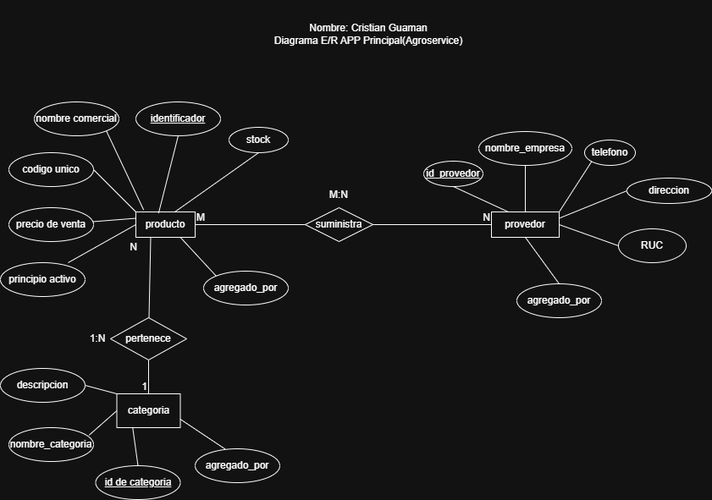
The draw.io diagram Modelo-ER-app principal-ProyectoU2.png in Criss-21/BD-U2-E-R-U2, before a commit. Source tidied: cells renumbered, new cells last; positions are measured from the earlier drawing's top-left corner, leaving out a move shared by most shapes.
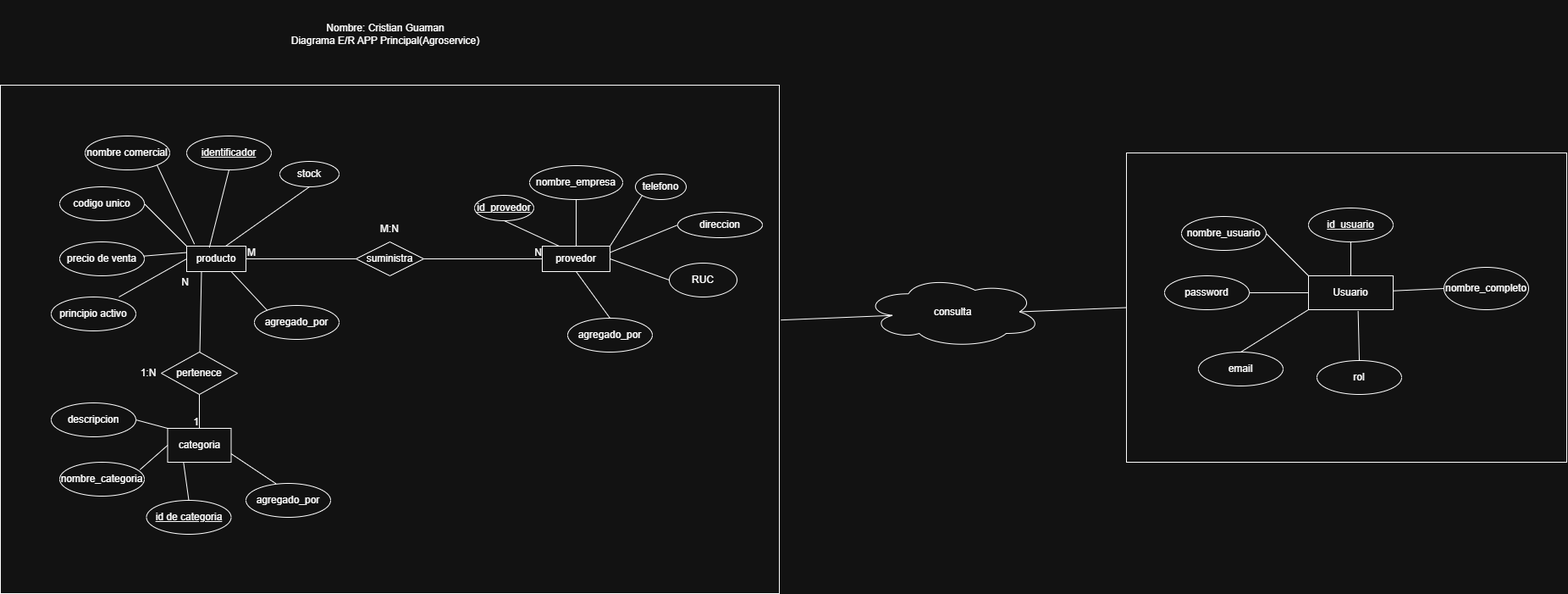
Later version of the same file.

Diff of the diagram source:
```diff
@@ -2,6 +2,12 @@
   <root>
     <mxCell id="0" />
     <mxCell id="1" parent="0" />
+    <mxCell id="52" value="Nombre: Cristian Guaman&lt;div&gt;Diagrama E/R APP Principal(Agroservice)&lt;/div&gt;" style="text;html=1;whiteSpace=wrap;strokeColor=none;fillColor=none;align=center;verticalAlign=middle;rounded=0;" parent="1" vertex="1">
+      <mxGeometry x="170" y="-40" width="450" height="80" as="geometry" />
+    </mxCell>
+    <mxCell id="53" style="rounded=0;whiteSpace=wrap;html=1;" parent="1" vertex="1">
+      <mxGeometry x="-60" y="60" width="920" height="600" as="geometry" />
+    </mxCell>
     <mxCell id="2" value="producto" style="whiteSpace=wrap;html=1;align=center;" parent="1" vertex="1">
       <mxGeometry x="160" y="250" width="70" height="30" as="geometry" />
     </mxCell>
@@ -77,9 +83,9 @@
     <mxCell id="26" style="endArrow=none;html=1;rounded=0;exitX=1;exitY=0.5;exitDx=0;exitDy=0;entryX=0;entryY=0.5;entryDx=0;entryDy=0;" parent="1" edge="1" source="23" target="15">
       <mxGeometry relative="1" as="geometry" />
     </mxCell>
-    <mxCell id="27" value="N" style="html=1;whiteSpace=wrap;align=right;verticalAlign=bottom;" parent="26" vertex="1">
-      <mxGeometry x="1" relative="1" as="geometry" />
-    </mxCell>
+    <mxCell id="54" value="N" style="html=1;whiteSpace=wrap;align=right;verticalAlign=bottom;" parent="26" vertex="1">
+      <mxGeometry x="1" relative="1" as="geometry" />
+    </mxCell>
     <mxCell id="28" value="categoria" style="whiteSpace=wrap;html=1;align=center;" parent="1" vertex="1">
       <mxGeometry x="137.5" y="465" width="75" height="40" as="geometry" />
     </mxCell>
@@ -107,22 +113,22 @@
     <mxCell id="36" style="endArrow=none;html=1;rounded=0;entryX=0.25;entryY=1;entryDx=0;entryDy=0;" parent="1" edge="1" source="35" target="2">
       <mxGeometry relative="1" as="geometry" />
     </mxCell>
-    <mxCell id="37" value="N" style="html=1;whiteSpace=wrap;align=right;verticalAlign=bottom;" parent="36" vertex="1">
-      <mxGeometry x="1" relative="1" as="geometry">
-        <mxPoint x="-15" y="20" as="offset" />
-      </mxGeometry>
-    </mxCell>
+    <mxCell id="55" value="N" style="html=1;whiteSpace=wrap;align=right;verticalAlign=bottom;" parent="36" vertex="1">
+      <mxGeometry x="1" relative="1" as="geometry">
+        <mxPoint x="-15" y="20" as="offset" />
+      </mxGeometry>
+    </mxCell>
     <mxCell id="38" value="M:N" style="text;html=1;whiteSpace=wrap;strokeColor=none;fillColor=none;align=center;verticalAlign=middle;rounded=0;" parent="1" vertex="1">
       <mxGeometry x="375" y="220" width="50" height="20" as="geometry" />
     </mxCell>
     <mxCell id="39" value="1:N" style="text;html=1;whiteSpace=wrap;strokeColor=none;fillColor=none;align=center;verticalAlign=middle;rounded=0;" parent="1" vertex="1">
       <mxGeometry x="100" y="390" width="30" height="20" as="geometry" />
     </mxCell>
-    <mxCell id="40" style="html=1;whiteSpace=wrap;align=right;verticalAlign=bottom;" parent="1" vertex="1">
-      <mxGeometry x="130" y="300" as="geometry">
-        <mxPoint x="65" y="1" as="offset" />
-      </mxGeometry>
-    </mxCell>
+    <mxCell id="56" style="html=1;whiteSpace=wrap;align=right;verticalAlign=bottom;" parent="1" vertex="1">
+      <mxGeometry x="130" y="300" as="geometry">
+        <mxPoint x="65" y="1" as="offset" />
+      </mxGeometry>
+    </mxCell>
     <mxCell id="41" value="descripcion" style="ellipse;whiteSpace=wrap;html=1;align=center;" parent="1" vertex="1">
       <mxGeometry y="435" width="100" height="40" as="geometry" />
     </mxCell>
@@ -138,26 +144,74 @@
     <mxCell id="45" value="direccion" style="ellipse;whiteSpace=wrap;html=1;align=center;" parent="1" vertex="1">
       <mxGeometry x="740" y="210" width="100" height="30" as="geometry" />
     </mxCell>
-    <mxCell id="46" style="endArrow=none;html=1;rounded=0;exitX=0.354;exitY=0.007;exitDx=0;exitDy=0;entryX=1;entryY=0.75;entryDx=0;entryDy=0;exitPerimeter=0;" parent="1" edge="1" source="47" target="28">
-      <mxGeometry relative="1" as="geometry" />
-    </mxCell>
-    <mxCell id="47" value="agregado_por" style="ellipse;whiteSpace=wrap;html=1;align=center;" parent="1" vertex="1">
-      <mxGeometry x="230" y="530" width="100" height="40" as="geometry" />
-    </mxCell>
-    <mxCell id="48" value="agregado_por" style="ellipse;whiteSpace=wrap;html=1;align=center;" parent="1" vertex="1">
-      <mxGeometry x="240" y="320" width="100" height="40" as="geometry" />
-    </mxCell>
-    <mxCell id="49" style="endArrow=none;html=1;rounded=0;exitX=0;exitY=0;exitDx=0;exitDy=0;entryX=0.75;entryY=1;entryDx=0;entryDy=0;" parent="1" edge="1" source="48" target="2">
-      <mxGeometry relative="1" as="geometry" />
-    </mxCell>
-    <mxCell id="50" value="agregado_por" style="ellipse;whiteSpace=wrap;html=1;align=center;" parent="1" vertex="1">
-      <mxGeometry x="610" y="335" width="100" height="40" as="geometry" />
-    </mxCell>
-    <mxCell id="51" style="endArrow=none;html=1;rounded=0;exitX=0.5;exitY=0;exitDx=0;exitDy=0;entryX=0.5;entryY=1;entryDx=0;entryDy=0;" parent="1" edge="1" source="50" target="15">
-      <mxGeometry relative="1" as="geometry" />
-    </mxCell>
-    <mxCell id="52" value="Nombre: Cristian Guaman&lt;div&gt;Diagrama E/R APP Principal(Agroservice)&lt;/div&gt;" style="text;html=1;whiteSpace=wrap;strokeColor=none;fillColor=none;align=center;verticalAlign=middle;rounded=0;" parent="1" vertex="1">
-      <mxGeometry x="210" width="450" height="80" as="geometry" />
-    </mxCell>
+    <mxCell id="57" style="endArrow=none;html=1;rounded=0;exitX=0.354;exitY=0.007;exitDx=0;exitDy=0;entryX=1;entryY=0.75;entryDx=0;entryDy=0;exitPerimeter=0;" parent="1" edge="1" source="58" target="28">
+      <mxGeometry relative="1" as="geometry" />
+    </mxCell>
+    <mxCell id="58" value="agregado_por" style="ellipse;whiteSpace=wrap;html=1;align=center;" parent="1" vertex="1">
+      <mxGeometry x="230" y="530" width="100" height="40" as="geometry" />
+    </mxCell>
+    <mxCell id="59" value="agregado_por" style="ellipse;whiteSpace=wrap;html=1;align=center;" parent="1" vertex="1">
+      <mxGeometry x="240" y="320" width="100" height="40" as="geometry" />
+    </mxCell>
+    <mxCell id="60" style="endArrow=none;html=1;rounded=0;exitX=0;exitY=0;exitDx=0;exitDy=0;entryX=0.75;entryY=1;entryDx=0;entryDy=0;" parent="1" edge="1" source="59" target="2">
+      <mxGeometry relative="1" as="geometry" />
+    </mxCell>
+    <mxCell id="61" value="agregado_por" style="ellipse;whiteSpace=wrap;html=1;align=center;" parent="1" vertex="1">
+      <mxGeometry x="610" y="335" width="100" height="40" as="geometry" />
+    </mxCell>
+    <mxCell id="62" style="endArrow=none;html=1;rounded=0;exitX=0.5;exitY=0;exitDx=0;exitDy=0;entryX=0.5;entryY=1;entryDx=0;entryDy=0;" parent="1" edge="1" source="61" target="15">
+      <mxGeometry relative="1" as="geometry" />
+    </mxCell>
+    <mxCell id="63" style="rounded=0;whiteSpace=wrap;html=1;" parent="1" vertex="1">
+      <mxGeometry x="1270" y="140" width="520" height="365" as="geometry" />
+    </mxCell>
+    <mxCell id="64" value="Usuario" style="whiteSpace=wrap;html=1;align=center;" parent="1" vertex="1">
+      <mxGeometry x="1485" y="285" width="100" height="40" as="geometry" />
+    </mxCell>
+    <mxCell id="65" value="rol" style="ellipse;whiteSpace=wrap;html=1;align=center;" parent="1" vertex="1">
+      <mxGeometry x="1495" y="385" width="100" height="40" as="geometry" />
+    </mxCell>
+    <mxCell id="66" value="nombre_completo" style="ellipse;whiteSpace=wrap;html=1;align=center;" parent="1" vertex="1">
+      <mxGeometry x="1645" y="275" width="100" height="50" as="geometry" />
+    </mxCell>
+    <mxCell id="67" value="nombre_usuario" style="ellipse;whiteSpace=wrap;html=1;align=center;" parent="1" vertex="1">
+      <mxGeometry x="1335" y="215" width="100" height="40" as="geometry" />
+    </mxCell>
+    <mxCell id="68" value="password" style="ellipse;whiteSpace=wrap;html=1;align=center;" parent="1" vertex="1">
+      <mxGeometry x="1315" y="285" width="100" height="40" as="geometry" />
+    </mxCell>
+    <mxCell id="69" value="email" style="ellipse;whiteSpace=wrap;html=1;align=center;" parent="1" vertex="1">
+      <mxGeometry x="1355" y="375" width="100" height="40" as="geometry" />
+    </mxCell>
+    <mxCell id="70" value="id_usuario" style="ellipse;whiteSpace=wrap;html=1;align=center;fontStyle=4;" parent="1" vertex="1">
+      <mxGeometry x="1485" y="205" width="100" height="40" as="geometry" />
+    </mxCell>
+    <mxCell id="71" style="endArrow=none;html=1;rounded=0;exitX=0.5;exitY=0;exitDx=0;exitDy=0;entryX=0.5;entryY=1;entryDx=0;entryDy=0;" parent="1" edge="1" source="64" target="70">
+      <mxGeometry relative="1" as="geometry" />
+    </mxCell>
+    <mxCell id="72" style="endArrow=none;html=1;rounded=0;entryX=0;entryY=0.5;entryDx=0;entryDy=0;" parent="1" edge="1" source="64" target="66">
+      <mxGeometry relative="1" as="geometry" />
+    </mxCell>
+    <mxCell id="73" style="endArrow=none;html=1;rounded=0;exitX=0.5;exitY=0;exitDx=0;exitDy=0;entryX=0.586;entryY=1.037;entryDx=0;entryDy=0;entryPerimeter=0;" parent="1" edge="1" source="65" target="64">
+      <mxGeometry relative="1" as="geometry" />
+    </mxCell>
+    <mxCell id="74" style="endArrow=none;html=1;rounded=0;exitX=0.5;exitY=0;exitDx=0;exitDy=0;entryX=0;entryY=1;entryDx=0;entryDy=0;" parent="1" edge="1" source="69" target="64">
+      <mxGeometry relative="1" as="geometry" />
+    </mxCell>
+    <mxCell id="75" style="endArrow=none;html=1;rounded=0;exitX=1;exitY=0.5;exitDx=0;exitDy=0;entryX=0;entryY=0.5;entryDx=0;entryDy=0;" parent="1" edge="1" source="68" target="64">
+      <mxGeometry relative="1" as="geometry" />
+    </mxCell>
+    <mxCell id="76" style="endArrow=none;html=1;rounded=0;exitX=0;exitY=0;exitDx=0;exitDy=0;entryX=1;entryY=0.5;entryDx=0;entryDy=0;" parent="1" edge="1" source="64" target="67">
+      <mxGeometry relative="1" as="geometry" />
+    </mxCell>
+    <mxCell id="77" value="consulta" style="ellipse;shape=cloud;whiteSpace=wrap;html=1;" parent="1" vertex="1">
+      <mxGeometry x="960" y="285" width="210" height="85" as="geometry" />
+    </mxCell>
+    <mxCell id="78" style="endArrow=none;html=1;rounded=0;entryX=0;entryY=0.5;entryDx=0;entryDy=0;exitX=0.875;exitY=0.5;exitDx=0;exitDy=0;exitPerimeter=0;" parent="1" edge="1" source="77" target="63">
+      <mxGeometry relative="1" as="geometry" />
+    </mxCell>
+    <mxCell id="79" style="endArrow=none;html=1;rounded=0;entryX=0.16;entryY=0.55;entryDx=0;entryDy=0;exitX=1.002;exitY=0.462;exitDx=0;exitDy=0;exitPerimeter=0;entryPerimeter=0;" parent="1" edge="1" source="53" target="77">
+      <mxGeometry relative="1" as="geometry" />
+    </mxCell>
   </root>
 </mxGraphModel>
```
